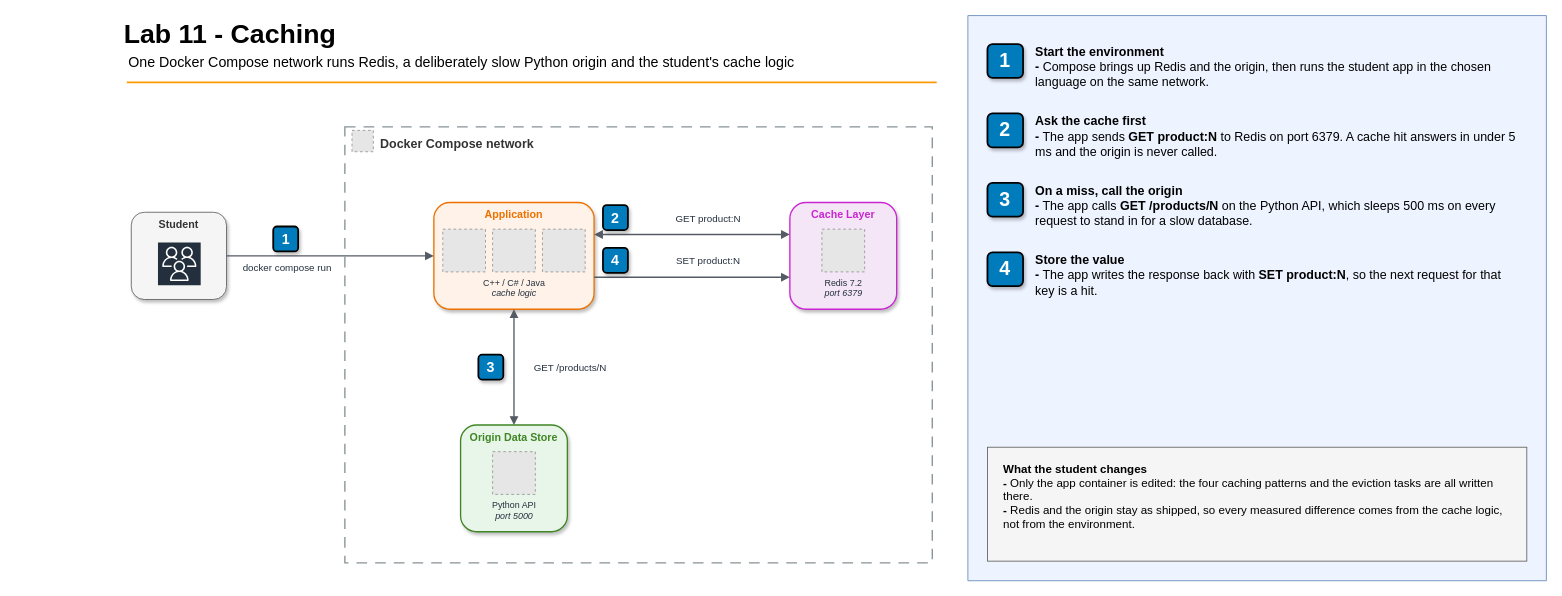
This is 11-caching/diagrams/lab11-architecture.drawio from gamaware/system-design-course, a draw.io file, before an edit. Source tidied: cells renumbered, new cells numbered last; positions are measured from the earlier drawing's top-left corner, leaving out a move shared by most shapes. Both pictures are drawn from the tidied source at 89%, with x=0, y=0 at pixel (122, 15). Pictures stored in the file or linked from it are replaced by grey dashed boxes.
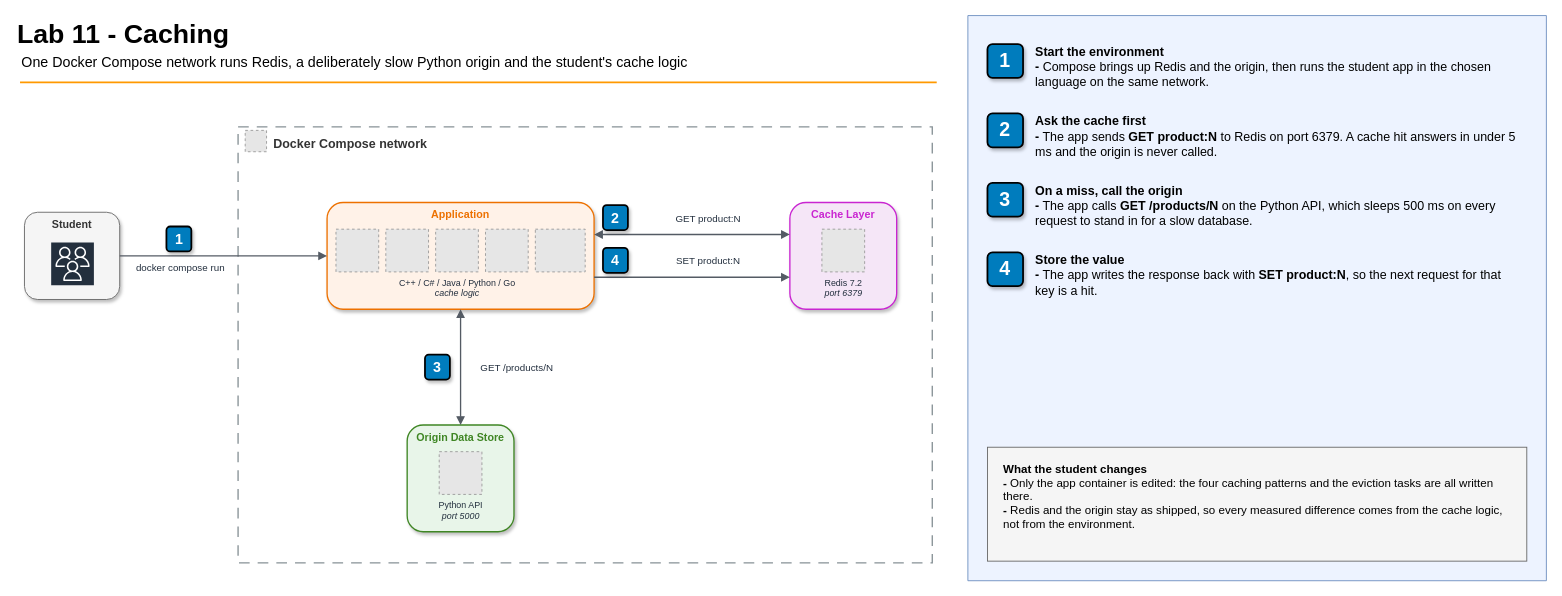
The same diagram, later.

The edit, as a diff of the source:
```diff
@@
     <mxCell id="2" style="group;fontFamily=Helvetica;" parent="1" vertex="1">
-      <mxGeometry width="920" height="83" as="geometry" />
+      <mxGeometry x="-120" width="1040" height="83" as="geometry" />
     </mxCell>
@@
     <mxCell id="5" style="line;strokeWidth=2;html=1;fontSize=14;strokeColor=#FF9900;fontFamily=Helvetica;" parent="2" vertex="1">
-      <mxGeometry x="5" y="70" width="910" height="10" as="geometry" />
+      <mxGeometry x="5" y="70" width="1030" height="10" as="geometry" />
     </mxCell>
     <mxCell id="6" value="Docker Compose network" style="rounded=0;html=1;whiteSpace=wrap;fillColor=none;strokeColor=#879196;dashed=1;dashPattern=8 6;strokeWidth=1.5;verticalAlign=top;align=left;spacingLeft=38;spacingTop=4;fontSize=14;fontStyle=1;fontColor=light-dark(#333333,#FAFAFA);fontFamily=Helvetica;" parent="1" vertex="1">
-      <mxGeometry x="250" y="125" width="660" height="490" as="geometry" />
+      <mxGeometry x="130" y="125" width="780" height="490" as="geometry" />
     </mxCell>
     <mxCell id="7" style="fillColor=#E6E6E6;strokeColor=#999999;dashed=1;verticalLabelPosition=bottom;verticalAlign=top;align=center;html=1;labelBackgroundColor=none;fontSize=10;fontColor=#232F3E;fontFamily=Helvetica;" parent="1" vertex="1">
-      <mxGeometry x="258" y="129" width="24" height="24" as="geometry" />
+      <mxGeometry x="138" y="129" width="24" height="24" as="geometry" />
     </mxCell>
     <mxCell id="8" value="Student" style="rounded=1;html=1;whiteSpace=wrap;fillColor=#f5f5f5;strokeColor=light-dark(#666666,#D4D4D4);verticalAlign=top;align=center;fontStyle=1;fontSize=12;fontColor=#333333;shadow=1;strokeWidth=1;fontFamily=Helvetica;" parent="1" vertex="1">
-      <mxGeometry x="10" y="221" width="107" height="98" as="geometry" />
+      <mxGeometry x="-110" y="221" width="107" height="98" as="geometry" />
     </mxCell>
@@
     <mxCell id="10" value="Application" style="rounded=1;html=1;whiteSpace=wrap;fillColor=#FFF2E8;strokeColor=#ED7100;verticalAlign=top;align=center;fontStyle=1;fontSize=12;fontColor=#ED7100;shadow=1;strokeWidth=1.5;fontFamily=Helvetica;" parent="1" vertex="1">
-      <mxGeometry x="350" y="210" width="180" height="120" as="geometry" />
+      <mxGeometry x="230" y="210" width="300" height="120" as="geometry" />
     </mxCell>
-    <mxCell id="11" value="C++ / C# / Java&lt;div&gt;&lt;i&gt;cache logic&lt;/i&gt;&lt;/div&gt;" style="fillColor=#E6E6E6;strokeColor=#999999;dashed=1;verticalLabelPosition=bottom;verticalAlign=top;align=center;html=1;labelBackgroundColor=none;fontSize=10;fontColor=#232F3E;fontFamily=Helvetica;" parent="10" vertex="1">
+    <mxCell id="11" style="fillColor=#E6E6E6;strokeColor=#999999;dashed=1;verticalLabelPosition=bottom;verticalAlign=top;align=center;html=1;labelBackgroundColor=none;fontSize=10;fontColor=#232F3E;fontFamily=Helvetica;" parent="10" vertex="1">
       <mxGeometry x="66" y="30" width="48" height="48" as="geometry" />
     </mxCell>
-    <mxCell id="12" style="fillColor=#E6E6E6;strokeColor=#999999;dashed=1;verticalLabelPosition=bottom;verticalAlign=top;align=center;html=1;labelBackgroundColor=none;fontSize=10;fontColor=#232F3E;fontFamily=Helvetica;" parent="10" vertex="1">
+    <mxCell id="12" value="C++ / C# / Java / Python / Go&lt;div&gt;&lt;i&gt;cache logic&lt;/i&gt;&lt;/div&gt;" style="fillColor=#E6E6E6;strokeColor=#999999;dashed=1;verticalLabelPosition=bottom;verticalAlign=top;align=center;html=1;labelBackgroundColor=none;fontSize=10;fontColor=#232F3E;fontFamily=Helvetica;" parent="10" vertex="1">
       <mxGeometry x="122" y="30" width="48" height="48" as="geometry" />
     </mxCell>
+    <mxCell id="41" style="fillColor=#E6E6E6;strokeColor=#999999;dashed=1;verticalLabelPosition=bottom;verticalAlign=top;align=center;html=1;labelBackgroundColor=none;fontSize=10;fontColor=#232F3E;fontFamily=Helvetica;" parent="10" vertex="1">
+      <mxGeometry x="178" y="30" width="48" height="48" as="geometry" />
+    </mxCell>
+    <mxCell id="42" style="fillColor=#E6E6E6;strokeColor=#999999;dashed=1;verticalLabelPosition=bottom;verticalAlign=top;align=center;html=1;labelBackgroundColor=none;fontSize=10;fontColor=#232F3E;fontFamily=Helvetica;" parent="10" vertex="1">
+      <mxGeometry x="234" y="30" width="56" height="48" as="geometry" />
+    </mxCell>
@@
     <mxCell id="16" value="Origin Data Store" style="rounded=1;html=1;whiteSpace=wrap;fillColor=#E8F5E9;strokeColor=#3F8624;verticalAlign=top;align=center;fontStyle=1;fontSize=12;fontColor=#3F8624;shadow=1;strokeWidth=1.5;fontFamily=Helvetica;" parent="1" vertex="1">
-      <mxGeometry x="380" y="460" width="120" height="120" as="geometry" />
+      <mxGeometry x="320" y="460" width="120" height="120" as="geometry" />
     </mxCell>
@@
     <mxCell id="26" value="1" style="rounded=1;whiteSpace=wrap;html=1;fillColor=#007CBD;strokeColor=default;fontColor=#FFFFFF;fontStyle=1;fontSize=16;shadow=1;glass=0;strokeWidth=2;align=center;verticalAlign=middle;labelBackgroundColor=none;fontFamily=Helvetica;" parent="1" vertex="1">
-      <mxGeometry x="169.5" y="237" width="28" height="28" as="geometry" />
+      <mxGeometry x="49.5" y="237" width="28" height="28" as="geometry" />
     </mxCell>
@@
     <mxCell id="28" value="3" style="rounded=1;whiteSpace=wrap;html=1;fillColor=#007CBD;strokeColor=default;fontColor=#FFFFFF;fontStyle=1;fontSize=16;shadow=1;glass=0;strokeWidth=2;align=center;verticalAlign=middle;labelBackgroundColor=none;fontFamily=Helvetica;" parent="1" vertex="1">
-      <mxGeometry x="400" y="381" width="28" height="28" as="geometry" />
+      <mxGeometry x="340" y="381" width="28" height="28" as="geometry" />
     </mxCell>
```
